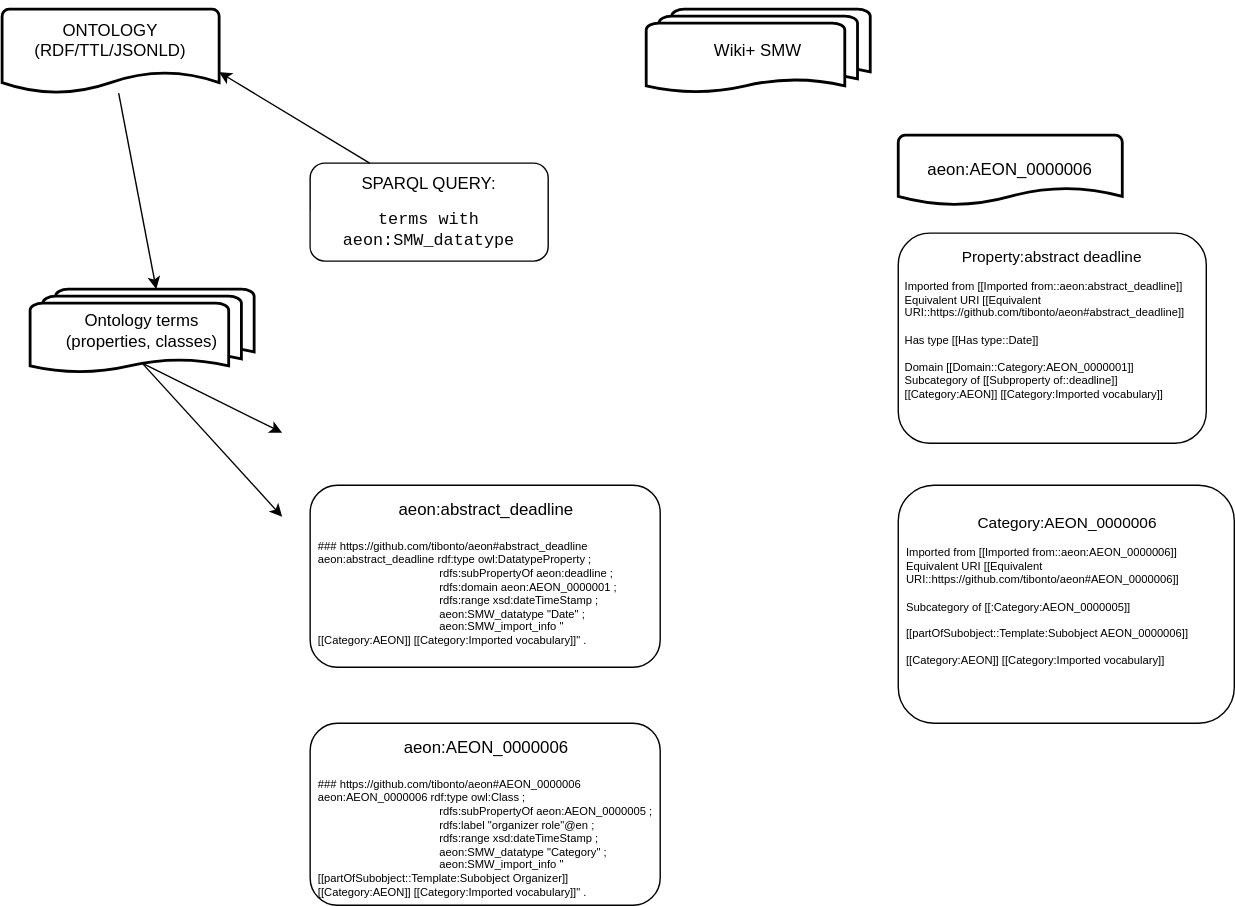
The draw.io diagram docs/ontology2smw_aeon.svg in andrecastro0o/ontology2smw, before a commit. Source tidied: cells renumbered, new cells last; positions are measured from the earlier drawing's top-left corner, leaving out a move shared by most shapes.
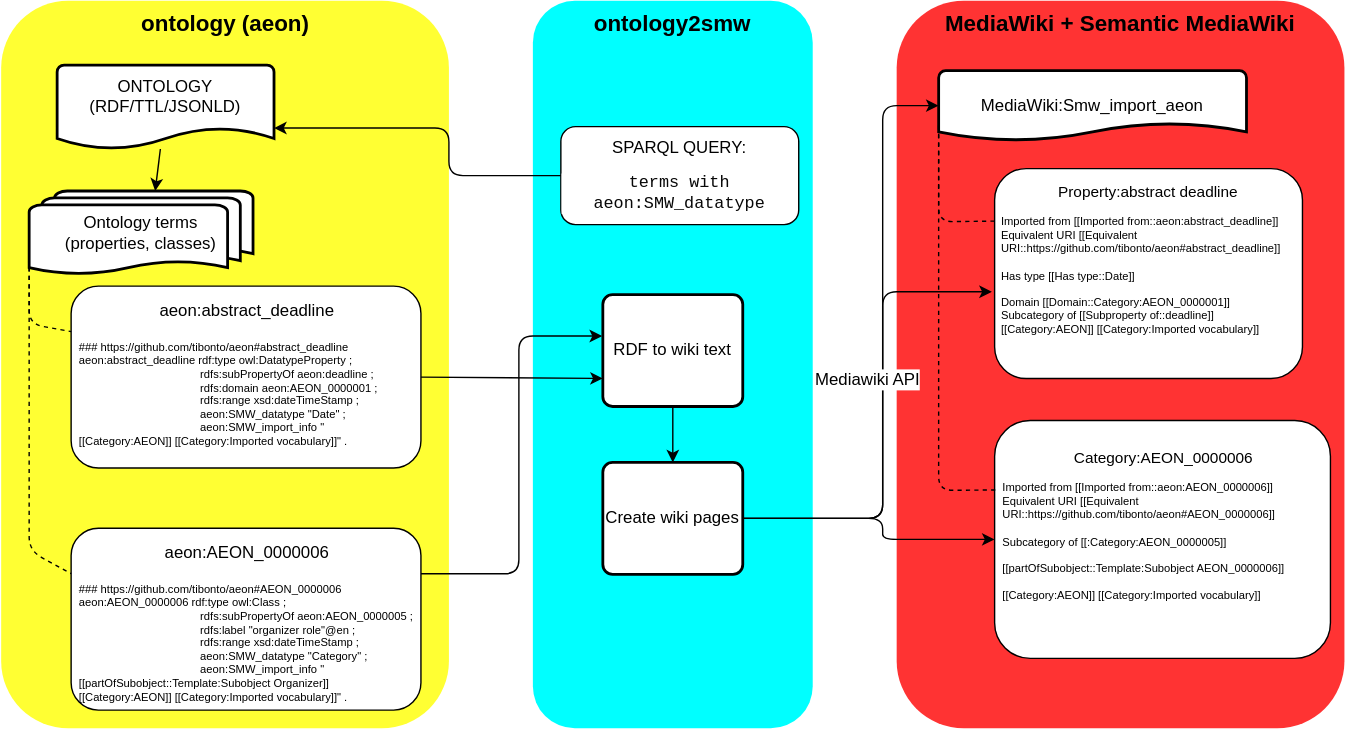
After the change.

Commit message:
3 space: ontology,code,wiki

The edit, as a diff of the source:
```diff
@@ -2,48 +2,126 @@
   <root>
     <mxCell id="0" />
     <mxCell id="1" parent="0" />
+    <mxCell id="15" value="&lt;font style=&quot;font-size: 16px&quot;&gt;&lt;b&gt;MediaWiki + Semantic MediaWiki&lt;/b&gt;&lt;/font&gt;" style="rounded=1;whiteSpace=wrap;html=1;shadow=0;glass=0;sketch=0;fontSize=8;align=center;fillColor=#FF3333;verticalAlign=top;strokeColor=none;" parent="1" vertex="1">
+      <mxGeometry x="650" y="80" width="320" height="520" as="geometry" />
+    </mxCell>
+    <mxCell id="16" value="&lt;div style=&quot;font-size: 16px&quot; align=&quot;center&quot;&gt;&lt;b&gt;&lt;font style=&quot;font-size: 16px&quot;&gt;ontology2smw&lt;/font&gt;&lt;/b&gt;&lt;/div&gt;" style="rounded=1;whiteSpace=wrap;html=1;shadow=0;glass=0;sketch=0;fontSize=8;align=center;fillColor=#00FFFF;verticalAlign=top;strokeColor=none;" parent="1" vertex="1">
+      <mxGeometry x="390" y="80" width="200" height="520" as="geometry" />
+    </mxCell>
+    <mxCell id="17" value="&lt;div align=&quot;center&quot;&gt;&lt;b&gt;&lt;font style=&quot;font-size: 16px&quot;&gt;ontology (aeon)&lt;/font&gt;&lt;/b&gt;&lt;br&gt;&lt;/div&gt;" style="rounded=1;html=1;shadow=0;glass=0;sketch=0;fontSize=8;align=center;fillColor=#FFFF33;verticalAlign=top;labelBorderColor=none;strokeColor=none;" parent="1" vertex="1">
+      <mxGeometry x="10" y="80" width="320" height="520" as="geometry" />
+    </mxCell>
     <mxCell id="2" value="&lt;div&gt;&lt;p&gt;&lt;font style=&quot;font-size: 12px&quot;&gt;SPARQL QUERY:&lt;/font&gt;&lt;/p&gt;&lt;/div&gt;&lt;div&gt;&lt;p style=&quot;background-color: rgb(255 , 255 , 255) ; color: rgb(8 , 8 , 8) ; font-family: &amp;#34;jetbrains mono&amp;#34; , monospace&quot;&gt;&lt;font style=&quot;font-size: 12px&quot;&gt;terms with aeon:SMW_datatype&lt;/font&gt;&lt;/p&gt;&lt;/div&gt;" style="rounded=1;whiteSpace=wrap;html=1;fontSize=12;glass=0;strokeWidth=1;shadow=0;align=center;" parent="1" vertex="1">
-      <mxGeometry x="220" y="110" width="170" height="70" as="geometry" />
+      <mxGeometry x="410" y="170" width="170" height="70" as="geometry" />
     </mxCell>
-    <mxCell id="3" value="Wiki+ SMW" style="strokeWidth=2;html=1;shape=mxgraph.flowchart.multi-document;whiteSpace=wrap;align=center;" parent="1" vertex="1">
-      <mxGeometry x="460" width="160" height="60" as="geometry" />
-    </mxCell>
     <mxCell id="4" value="&lt;div&gt;&lt;br&gt;&lt;/div&gt;&lt;div&gt;ONTOLOGY&lt;/div&gt;&lt;div&gt;(RDF/TTL/JSONLD)&lt;br&gt;&lt;/div&gt;&lt;div&gt;&lt;br&gt;&lt;/div&gt;&lt;div&gt;&lt;br&gt;&lt;/div&gt;" style="strokeWidth=2;html=1;shape=mxgraph.flowchart.document2;whiteSpace=wrap;size=0.25;align=center;" parent="1" vertex="1">
-      <mxGeometry width="155" height="60" as="geometry" />
+      <mxGeometry x="50" y="126" width="155" height="60" as="geometry" />
     </mxCell>
-    <mxCell id="5" style="endArrow=classic;html=1;exitX=0.25;exitY=0;exitDx=0;exitDy=0;entryX=1;entryY=0.75;entryDx=0;entryDy=0;entryPerimeter=0;" parent="1" edge="1" source="2" target="4">
-      <mxGeometry relative="1" as="geometry" />
+    <mxCell id="5" style="endArrow=classic;html=1;exitX=0;exitY=0.5;exitDx=0;exitDy=0;entryX=1;entryY=0.75;entryDx=0;entryDy=0;entryPerimeter=0;" parent="1" edge="1" source="2" target="4">
+      <mxGeometry relative="1" as="geometry">
+        <Array as="points">
+          <mxPoint x="330" y="205" />
+          <mxPoint x="330" y="171" />
+        </Array>
+      </mxGeometry>
     </mxCell>
     <mxCell id="6" style="endArrow=classic;html=1;entryX=0.563;entryY=0;entryDx=0;entryDy=0;entryPerimeter=0;" parent="1" edge="1" source="4" target="7">
       <mxGeometry relative="1" as="geometry" />
     </mxCell>
     <mxCell id="7" value="Ontology terms&lt;br&gt;(properties, classes)" style="strokeWidth=2;html=1;shape=mxgraph.flowchart.multi-document;whiteSpace=wrap;align=center;" parent="1" vertex="1">
-      <mxGeometry x="20" y="200" width="160" height="60" as="geometry" />
+      <mxGeometry x="30" y="216" width="160" height="60" as="geometry" />
     </mxCell>
-    <mxCell id="8" style="endArrow=classic;html=1;entryX=0;entryY=0.25;entryDx=0;entryDy=0;entryPerimeter=0;exitX=0.5;exitY=0.88;exitDx=0;exitDy=0;exitPerimeter=0;" parent="1" edge="1" source="7">
-      <mxGeometry relative="1" as="geometry">
-        <mxPoint x="200" y="302.5" as="targetPoint" />
-      </mxGeometry>
-    </mxCell>
-    <mxCell id="9" style="endArrow=classic;html=1;exitX=0.5;exitY=0.88;exitDx=0;exitDy=0;exitPerimeter=0;entryX=0;entryY=0.25;entryDx=0;entryDy=0;entryPerimeter=0;" parent="1" edge="1" source="7">
-      <mxGeometry relative="1" as="geometry">
-        <mxPoint x="200" y="362.5" as="targetPoint" />
-      </mxGeometry>
-    </mxCell>
-    <mxCell id="10" value="aeon:AEON_0000006" style="strokeWidth=2;html=1;shape=mxgraph.flowchart.document2;whiteSpace=wrap;size=0.25;align=center;" parent="1" vertex="1">
-      <mxGeometry x="640" y="90" width="160" height="50" as="geometry" />
+    <mxCell id="10" value="MediaWiki:Smw_import_aeon" style="strokeWidth=2;html=1;shape=mxgraph.flowchart.document2;whiteSpace=wrap;size=0.25;align=center;" parent="1" vertex="1">
+      <mxGeometry x="680" y="130" width="220" height="50" as="geometry" />
     </mxCell>
     <mxCell id="11" value="&lt;div style=&quot;font-size: 11px&quot; align=&quot;center&quot;&gt;&lt;font style=&quot;font-size: 11px&quot;&gt;Property:abstract deadline&lt;/font&gt;&lt;/div&gt;&lt;div style=&quot;font-size: 8px&quot; align=&quot;left&quot;&gt;&lt;font style=&quot;font-size: 8px&quot;&gt;&lt;br&gt;&lt;/font&gt;&lt;/div&gt;&lt;div style=&quot;font-size: 8px&quot; align=&quot;left&quot;&gt;&lt;font style=&quot;font-size: 8px&quot;&gt;Imported from [[Imported from::aeon:abstract_deadline]]&lt;br style=&quot;font-size: 8px&quot;&gt;Equivalent URI [[Equivalent URI::https://github.com/tibonto/aeon#abstract_deadline]]&lt;br style=&quot;font-size: 8px&quot;&gt;&lt;/font&gt;&lt;/div&gt;&lt;div style=&quot;font-size: 8px&quot;&gt;&lt;div style=&quot;font-size: 8px&quot; align=&quot;left&quot;&gt;&lt;font style=&quot;font-size: 8px&quot;&gt;&lt;br&gt;&lt;/font&gt;&lt;/div&gt;&lt;div style=&quot;font-size: 8px&quot; align=&quot;left&quot;&gt;&lt;font style=&quot;font-size: 8px&quot;&gt;Has type [[Has type::Date]]&lt;br style=&quot;font-size: 8px&quot;&gt;&lt;br style=&quot;font-size: 8px&quot;&gt;Domain [[Domain::Category:&lt;/font&gt;&lt;font style=&quot;font-size: 8px&quot;&gt;AEON_0000001]]&lt;br style=&quot;font-size: 8px&quot;&gt;Subcategory of [[Subproperty of::deadline]]&lt;br style=&quot;font-size: 8px&quot;&gt;[[Category:AEON]] [[Category:Imported vocabulary]]&lt;br style=&quot;font-size: 8px&quot;&gt;&lt;/font&gt;&lt;/div&gt;&lt;font style=&quot;font-size: 8px&quot;&gt;&lt;br style=&quot;font-size: 8px&quot;&gt;&lt;br&gt;&lt;/font&gt;&lt;/div&gt;" style="rounded=1;whiteSpace=wrap;html=1;fontSize=8;align=center;shadow=0;sketch=0;glass=0;spacing=6;" parent="1" vertex="1">
-      <mxGeometry x="640" y="160" width="220" height="150" as="geometry" />
+      <mxGeometry x="720" y="200" width="220" height="150" as="geometry" />
     </mxCell>
     <mxCell id="12" value="&lt;div style=&quot;font-size: 11px&quot; align=&quot;center&quot;&gt;&lt;font style=&quot;font-size: 11px&quot;&gt;Category:&lt;/font&gt;AEON_0000006&lt;/div&gt;&lt;div style=&quot;font-size: 8px&quot; align=&quot;left&quot;&gt;&lt;font style=&quot;font-size: 8px&quot;&gt;&lt;br&gt;&lt;/font&gt;&lt;/div&gt;&lt;div align=&quot;left&quot;&gt;Imported from [[Imported from::aeon:AEON_0000006]]&lt;br&gt;Equivalent URI [[Equivalent URI::https://github.com/tibonto/aeon#AEON_0000006]]&lt;br&gt;&lt;br&gt;Subcategory of [[:Category:AEON_0000005]]&lt;br&gt;&lt;br&gt;[[partOfSubobject::Template:Subobject AEON_0000006]]&lt;/div&gt;&lt;div align=&quot;left&quot;&gt;&lt;br&gt;&lt;/div&gt;&lt;div align=&quot;left&quot;&gt;[[Category:AEON]] [[Category:Imported vocabulary]]&lt;br&gt;&lt;br style=&quot;font-size: 8px&quot;&gt;&lt;/div&gt;&lt;div style=&quot;font-size: 8px&quot; align=&quot;left&quot;&gt;&lt;font style=&quot;font-size: 8px&quot;&gt;&lt;br&gt;&lt;/font&gt;&lt;/div&gt;" style="rounded=1;whiteSpace=wrap;html=1;fontSize=8;align=left;shadow=0;sketch=0;glass=0;spacing=6;" parent="1" vertex="1">
-      <mxGeometry x="640" y="340" width="240" height="170" as="geometry" />
+      <mxGeometry x="720" y="380" width="240" height="170" as="geometry" />
     </mxCell>
     <mxCell id="13" value="&lt;div align=&quot;center&quot;&gt;&lt;font style=&quot;font-size: 12px&quot;&gt;aeon:abstract_deadline&lt;/font&gt;&lt;/div&gt;&lt;div&gt;&lt;font style=&quot;font-size: 12px&quot;&gt;&lt;br&gt;&lt;/font&gt;&lt;/div&gt;&lt;div&gt;###  https://github.com/tibonto/aeon#abstract_deadline                    &lt;/div&gt;aeon:abstract_deadline rdf:type owl:DatatypeProperty ;                    &lt;br&gt;&amp;nbsp;&amp;nbsp;&amp;nbsp;&amp;nbsp;&amp;nbsp;&amp;nbsp;&amp;nbsp;&amp;nbsp;&amp;nbsp;&amp;nbsp;&amp;nbsp;&amp;nbsp;&amp;nbsp;&amp;nbsp;&amp;nbsp;&amp;nbsp;&amp;nbsp;&amp;nbsp;&amp;nbsp;&amp;nbsp;&amp;nbsp;&amp;nbsp;&amp;nbsp;&amp;nbsp;&amp;nbsp;&amp;nbsp;&amp;nbsp;&amp;nbsp;&amp;nbsp;&amp;nbsp;&amp;nbsp;&amp;nbsp;&amp;nbsp;&amp;nbsp;&amp;nbsp;&amp;nbsp;&amp;nbsp;&amp;nbsp; rdfs:subPropertyOf aeon:deadline ;                    &lt;br&gt;&amp;nbsp;&amp;nbsp;&amp;nbsp;&amp;nbsp;&amp;nbsp;&amp;nbsp;&amp;nbsp;&amp;nbsp;&amp;nbsp;&amp;nbsp;&amp;nbsp;&amp;nbsp;&amp;nbsp;&amp;nbsp;&amp;nbsp;&amp;nbsp;&amp;nbsp;&amp;nbsp;&amp;nbsp;&amp;nbsp;&amp;nbsp;&amp;nbsp;&amp;nbsp;&amp;nbsp;&amp;nbsp;&amp;nbsp;&amp;nbsp;&amp;nbsp;&amp;nbsp;&amp;nbsp;&amp;nbsp;&amp;nbsp;&amp;nbsp;&amp;nbsp;&amp;nbsp;&amp;nbsp;&amp;nbsp;&amp;nbsp; rdfs:domain aeon:AEON_0000001 ;                    &lt;br&gt;&amp;nbsp;&amp;nbsp;&amp;nbsp;&amp;nbsp;&amp;nbsp;&amp;nbsp;&amp;nbsp;&amp;nbsp;&amp;nbsp;&amp;nbsp;&amp;nbsp;&amp;nbsp;&amp;nbsp;&amp;nbsp;&amp;nbsp;&amp;nbsp;&amp;nbsp;&amp;nbsp;&amp;nbsp;&amp;nbsp;&amp;nbsp;&amp;nbsp;&amp;nbsp;&amp;nbsp;&amp;nbsp;&amp;nbsp;&amp;nbsp;&amp;nbsp;&amp;nbsp;&amp;nbsp;&amp;nbsp;&amp;nbsp;&amp;nbsp;&amp;nbsp;&amp;nbsp;&amp;nbsp;&amp;nbsp;&amp;nbsp; rdfs:range xsd:dateTimeStamp ;                    &lt;br&gt;&amp;nbsp;&amp;nbsp;&amp;nbsp;&amp;nbsp;&amp;nbsp;&amp;nbsp;&amp;nbsp;&amp;nbsp;&amp;nbsp;&amp;nbsp;&amp;nbsp;&amp;nbsp;&amp;nbsp;&amp;nbsp;&amp;nbsp;&amp;nbsp;&amp;nbsp;&amp;nbsp;&amp;nbsp;&amp;nbsp;&amp;nbsp;&amp;nbsp;&amp;nbsp;&amp;nbsp;&amp;nbsp;&amp;nbsp;&amp;nbsp;&amp;nbsp;&amp;nbsp;&amp;nbsp;&amp;nbsp;&amp;nbsp;&amp;nbsp;&amp;nbsp;&amp;nbsp;&amp;nbsp;&amp;nbsp;&amp;nbsp; aeon:SMW_datatype &quot;Date&quot; ; &lt;br&gt;&amp;nbsp;&amp;nbsp;&amp;nbsp;&amp;nbsp;&amp;nbsp;&amp;nbsp;&amp;nbsp;&amp;nbsp;&amp;nbsp;&amp;nbsp;&amp;nbsp;&amp;nbsp;&amp;nbsp;&amp;nbsp;&amp;nbsp;&amp;nbsp;&amp;nbsp;&amp;nbsp;&amp;nbsp;&amp;nbsp;&amp;nbsp;&amp;nbsp;&amp;nbsp;&amp;nbsp;&amp;nbsp;&amp;nbsp;&amp;nbsp;&amp;nbsp;&amp;nbsp;&amp;nbsp;&amp;nbsp;&amp;nbsp;&amp;nbsp;&amp;nbsp;&amp;nbsp;&amp;nbsp;&amp;nbsp;&amp;nbsp; aeon:SMW_import_info &quot;[[Category:AEON]] [[Category:Imported vocabulary]]&quot; ." style="rounded=1;fontSize=8;align=left;shadow=0;sketch=0;glass=0;whiteSpace=wrap;html=1;labelPosition=center;verticalLabelPosition=middle;verticalAlign=top;spacing=6;" parent="1" vertex="1">
-      <mxGeometry x="220" y="340" width="250" height="130" as="geometry" />
+      <mxGeometry x="60" y="284" width="250" height="130" as="geometry" />
     </mxCell>
+    <mxCell id="18" style="edgeStyle=orthogonalEdgeStyle;rounded=1;jettySize=auto;html=1;exitX=1;exitY=0.25;exitDx=0;exitDy=0;entryX=-0.005;entryY=0.371;entryDx=0;entryDy=0;entryPerimeter=0;fontSize=8;" parent="1" edge="1" source="14" target="23">
+      <mxGeometry relative="1" as="geometry">
+        <Array as="points">
+          <mxPoint x="380" y="490" />
+          <mxPoint x="380" y="320" />
+        </Array>
+      </mxGeometry>
+    </mxCell>
     <mxCell id="14" value="&lt;div style=&quot;font-size: 12px&quot; align=&quot;center&quot;&gt;aeon:AEON_0000006&lt;/div&gt;&lt;div&gt;&lt;font style=&quot;font-size: 12px&quot;&gt;&lt;br&gt;&lt;/font&gt;&lt;/div&gt;&lt;div&gt;###  https://github.com/tibonto/aeon#AEON_0000006&lt;/div&gt;aeon:AEON_0000006 rdf:type owl:Class ;&lt;br&gt;&amp;nbsp;&amp;nbsp;&amp;nbsp;&amp;nbsp;&amp;nbsp;&amp;nbsp;&amp;nbsp;&amp;nbsp;&amp;nbsp;&amp;nbsp;&amp;nbsp;&amp;nbsp;&amp;nbsp;&amp;nbsp;&amp;nbsp;&amp;nbsp;&amp;nbsp;&amp;nbsp;&amp;nbsp;&amp;nbsp;&amp;nbsp;&amp;nbsp;&amp;nbsp;&amp;nbsp;&amp;nbsp;&amp;nbsp;&amp;nbsp;&amp;nbsp;&amp;nbsp;&amp;nbsp;&amp;nbsp;&amp;nbsp;&amp;nbsp;&amp;nbsp;&amp;nbsp;&amp;nbsp;&amp;nbsp;&amp;nbsp; rdfs:subPropertyOf aeon:AEON_0000005 ;                    &lt;br&gt;&amp;nbsp;&amp;nbsp;&amp;nbsp;&amp;nbsp;&amp;nbsp;&amp;nbsp;&amp;nbsp;&amp;nbsp;&amp;nbsp;&amp;nbsp;&amp;nbsp;&amp;nbsp;&amp;nbsp;&amp;nbsp;&amp;nbsp;&amp;nbsp;&amp;nbsp;&amp;nbsp;&amp;nbsp;&amp;nbsp;&amp;nbsp;&amp;nbsp;&amp;nbsp;&amp;nbsp;&amp;nbsp;&amp;nbsp;&amp;nbsp;&amp;nbsp;&amp;nbsp;&amp;nbsp;&amp;nbsp;&amp;nbsp;&amp;nbsp;&amp;nbsp;&amp;nbsp;&amp;nbsp;&amp;nbsp;&amp;nbsp; rdfs:label &quot;organizer role&quot;@en ;&lt;br&gt;&amp;nbsp;&amp;nbsp;&amp;nbsp;&amp;nbsp;&amp;nbsp;&amp;nbsp;&amp;nbsp;&amp;nbsp;&amp;nbsp;&amp;nbsp;&amp;nbsp;&amp;nbsp;&amp;nbsp;&amp;nbsp;&amp;nbsp;&amp;nbsp;&amp;nbsp;&amp;nbsp;&amp;nbsp;&amp;nbsp;&amp;nbsp;&amp;nbsp;&amp;nbsp;&amp;nbsp;&amp;nbsp;&amp;nbsp;&amp;nbsp;&amp;nbsp;&amp;nbsp;&amp;nbsp;&amp;nbsp;&amp;nbsp;&amp;nbsp;&amp;nbsp;&amp;nbsp;&amp;nbsp;&amp;nbsp;&amp;nbsp; rdfs:range xsd:dateTimeStamp ;                    &lt;br&gt;&amp;nbsp;&amp;nbsp;&amp;nbsp;&amp;nbsp;&amp;nbsp;&amp;nbsp;&amp;nbsp;&amp;nbsp;&amp;nbsp;&amp;nbsp;&amp;nbsp;&amp;nbsp;&amp;nbsp;&amp;nbsp;&amp;nbsp;&amp;nbsp;&amp;nbsp;&amp;nbsp;&amp;nbsp;&amp;nbsp;&amp;nbsp;&amp;nbsp;&amp;nbsp;&amp;nbsp;&amp;nbsp;&amp;nbsp;&amp;nbsp;&amp;nbsp;&amp;nbsp;&amp;nbsp;&amp;nbsp;&amp;nbsp;&amp;nbsp;&amp;nbsp;&amp;nbsp;&amp;nbsp;&amp;nbsp;&amp;nbsp; aeon:SMW_datatype &quot;Category&quot; ; &lt;br&gt;&lt;div&gt;&amp;nbsp;&amp;nbsp;&amp;nbsp;&amp;nbsp;&amp;nbsp;&amp;nbsp;&amp;nbsp;&amp;nbsp;&amp;nbsp;&amp;nbsp;&amp;nbsp;&amp;nbsp;&amp;nbsp;&amp;nbsp;&amp;nbsp;&amp;nbsp;&amp;nbsp;&amp;nbsp;&amp;nbsp;&amp;nbsp;&amp;nbsp;&amp;nbsp;&amp;nbsp;&amp;nbsp;&amp;nbsp;&amp;nbsp;&amp;nbsp;&amp;nbsp;&amp;nbsp;&amp;nbsp;&amp;nbsp;&amp;nbsp;&amp;nbsp;&amp;nbsp;&amp;nbsp;&amp;nbsp;&amp;nbsp;&amp;nbsp; aeon:SMW_import_info&amp;nbsp;&quot;&lt;/div&gt;&lt;div&gt;&lt;span class=&quot;pl-s&quot;&gt;[[partOfSubobject::Template:Subobject Organizer]]&lt;/span&gt;[[Category:AEON]] [[Category:Imported vocabulary]]&quot; .&lt;/div&gt;" style="rounded=1;fontSize=8;align=left;shadow=0;sketch=0;glass=0;whiteSpace=wrap;html=1;labelPosition=center;verticalLabelPosition=middle;verticalAlign=top;spacing=6;" parent="1" vertex="1">
-      <mxGeometry x="220" y="510" width="250" height="130" as="geometry" />
+      <mxGeometry x="60" y="457" width="250" height="130" as="geometry" />
     </mxCell>
+    <mxCell id="19" style="endArrow=none;html=1;fontSize=8;exitX=0;exitY=0.91;exitDx=0;exitDy=0;exitPerimeter=0;entryX=0;entryY=0.25;entryDx=0;entryDy=0;fillColor=#647687;rounded=1;dashed=1;" parent="1" edge="1" source="7" target="13">
+      <mxGeometry relative="1" as="geometry">
+        <Array as="points">
+          <mxPoint x="30" y="311" />
+        </Array>
+      </mxGeometry>
+    </mxCell>
+    <mxCell id="20" style="endArrow=none;html=1;fontSize=8;exitX=0;exitY=0.91;exitDx=0;exitDy=0;exitPerimeter=0;entryX=0;entryY=0.25;entryDx=0;entryDy=0;fillColor=#647687;rounded=1;dashed=1;" parent="1" edge="1" source="7" target="14">
+      <mxGeometry relative="1" as="geometry">
+        <Array as="points">
+          <mxPoint x="30" y="473" />
+        </Array>
+      </mxGeometry>
+    </mxCell>
+    <mxCell id="21" style="endArrow=none;html=1;fontSize=8;entryX=0;entryY=0.75;entryDx=0;entryDy=0;entryPerimeter=0;exitX=0.002;exitY=0.292;exitDx=0;exitDy=0;exitPerimeter=0;fillColor=#647687;rounded=1;dashed=1;" parent="1" edge="1" source="12" target="10">
+      <mxGeometry relative="1" as="geometry">
+        <Array as="points">
+          <mxPoint x="680" y="430" />
+        </Array>
+      </mxGeometry>
+    </mxCell>
+    <mxCell id="22" style="endArrow=none;html=1;fontSize=8;entryX=0;entryY=0.75;entryDx=0;entryDy=0;entryPerimeter=0;exitX=0;exitY=0.25;exitDx=0;exitDy=0;fillColor=#647687;rounded=1;dashed=1;" parent="1" edge="1" source="11" target="10">
+      <mxGeometry relative="1" as="geometry">
+        <Array as="points">
+          <mxPoint x="680" y="238" />
+        </Array>
+      </mxGeometry>
+    </mxCell>
+    <mxCell id="23" value="&lt;div align=&quot;center&quot;&gt;&lt;font style=&quot;font-size: 12px&quot;&gt;RDF to wiki text&lt;/font&gt;&lt;br&gt;&lt;/div&gt;" style="rounded=1;whiteSpace=wrap;html=1;absoluteArcSize=1;arcSize=14;strokeWidth=2;shadow=0;glass=0;sketch=0;fontSize=8;align=center;" parent="1" vertex="1">
+      <mxGeometry x="440" y="290" width="100" height="80" as="geometry" />
+    </mxCell>
+    <mxCell id="24" style="endArrow=classic;html=1;fontSize=8;entryX=0;entryY=0.75;entryDx=0;entryDy=0;rounded=1;exitX=1;exitY=0.5;exitDx=0;exitDy=0;" parent="1" edge="1" source="13" target="23">
+      <mxGeometry relative="1" as="geometry" />
+    </mxCell>
+    <mxCell id="25" value="&lt;font style=&quot;font-size: 12px&quot;&gt;Create wiki pages&lt;/font&gt;" style="rounded=1;whiteSpace=wrap;html=1;absoluteArcSize=1;arcSize=14;strokeWidth=2;shadow=0;glass=0;sketch=0;fontSize=8;align=center;" parent="1" vertex="1">
+      <mxGeometry x="440" y="410" width="100" height="80" as="geometry" />
+    </mxCell>
+    <mxCell id="26" style="endArrow=classic;html=1;fontSize=8;exitX=0.5;exitY=1;exitDx=0;exitDy=0;entryX=0.5;entryY=0;entryDx=0;entryDy=0;" parent="1" edge="1" source="23" target="25">
+      <mxGeometry relative="1" as="geometry" />
+    </mxCell>
+    <mxCell id="27" style="endArrow=classic;html=1;fontSize=8;exitX=1;exitY=0.5;exitDx=0;exitDy=0;entryX=0;entryY=0.5;entryDx=0;entryDy=0;entryPerimeter=0;" parent="1" edge="1" source="25" target="10">
+      <mxGeometry relative="1" as="geometry">
+        <Array as="points">
+          <mxPoint x="640" y="450" />
+          <mxPoint x="640" y="155" />
+        </Array>
+      </mxGeometry>
+    </mxCell>
+    <mxCell id="28" style="endArrow=classic;html=1;fontSize=8;exitX=1;exitY=0.5;exitDx=0;exitDy=0;entryX=-0.009;entryY=0.587;entryDx=0;entryDy=0;entryPerimeter=0;" parent="1" edge="1" source="25" target="11">
+      <mxGeometry relative="1" as="geometry">
+        <Array as="points">
+          <mxPoint x="640" y="450" />
+          <mxPoint x="640" y="288" />
+        </Array>
+      </mxGeometry>
+    </mxCell>
+    <mxCell id="29" style="endArrow=classic;html=1;fontSize=8;exitX=1;exitY=0.5;exitDx=0;exitDy=0;entryX=0;entryY=0.5;entryDx=0;entryDy=0;" parent="1" edge="1" source="25" target="12">
+      <mxGeometry relative="1" as="geometry">
+        <Array as="points">
+          <mxPoint x="640" y="450" />
+          <mxPoint x="640" y="465" />
+        </Array>
+      </mxGeometry>
+    </mxCell>
+    <mxCell id="30" value="&lt;font style=&quot;font-size: 12px&quot;&gt;Mediawiki API&lt;br&gt;&lt;/font&gt;" style="edgeLabel;html=1;align=center;verticalAlign=middle;fontSize=8;rotation=0;" parent="29" vertex="1">
+      <mxGeometry x="-0.21" y="-2" relative="1" as="geometry">
+        <mxPoint x="11.7" y="-102" as="offset" />
+      </mxGeometry>
+    </mxCell>
   </root>
 </mxGraphModel>
```
